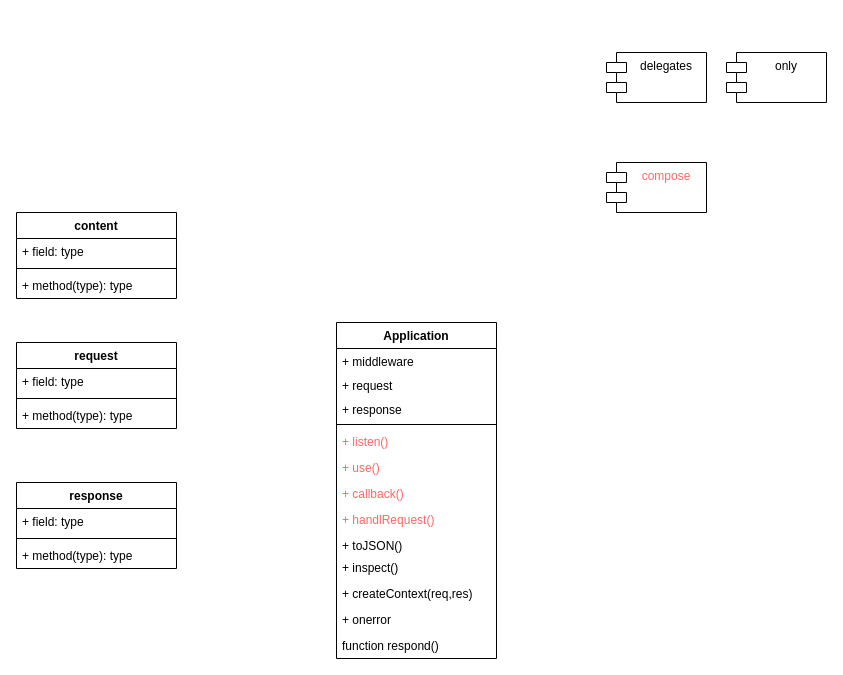
This is koa.drawio from wbbhacker/drawFile, a draw.io file, before an edit. Source tidied: cells renumbered, new cells numbered last; positions are measured from the earlier drawing's top-left corner, leaving out a move shared by most shapes. Both pictures are drawn from the tidied source at 100%, with x=0, y=0 at pixel (16, 52).
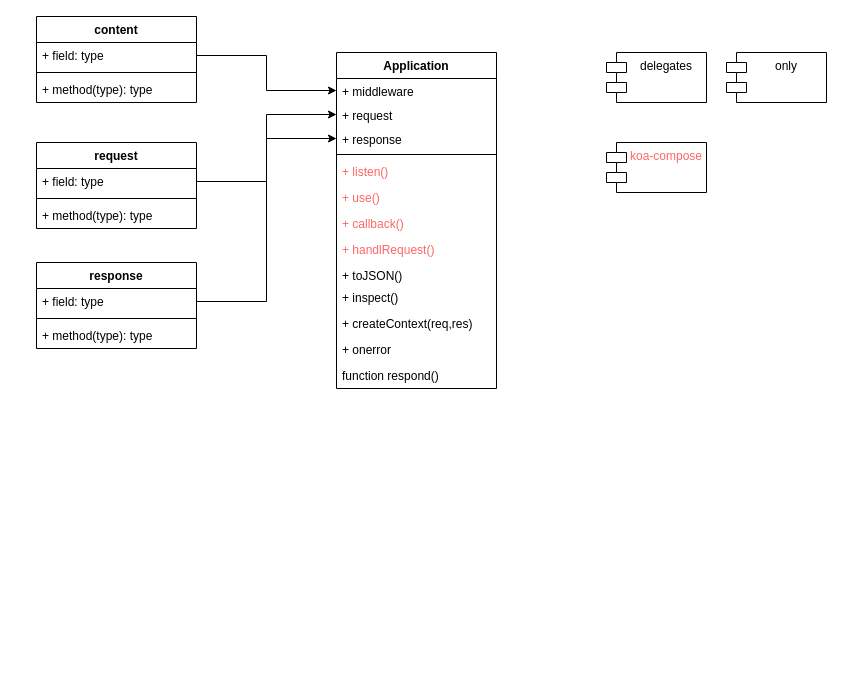
The same diagram, later.

The change refers to these unchanged cells:
```xml
<mxCell id="3" value="+ middleware&#10;" style="text;strokeColor=none;fillColor=none;align=left;verticalAlign=top;spacingLeft=4;spacingRight=4;overflow=hidden;points=[[0,0.5],[1,0.5]];portConstraint=eastwest;" parent="2" vertex="1">
  <mxGeometry y="26" width="160" height="24" as="geometry" />
</mxCell>
<mxCell id="4" value="+ request" style="text;strokeColor=none;fillColor=none;align=left;verticalAlign=top;spacingLeft=4;spacingRight=4;overflow=hidden;points=[[0,0.5],[1,0.5]];portConstraint=eastwest;" parent="2" vertex="1">
  <mxGeometry y="50" width="160" height="24" as="geometry" />
</mxCell>
<mxCell id="5" value="+ response" style="text;strokeColor=none;fillColor=none;align=left;verticalAlign=top;spacingLeft=4;spacingRight=4;overflow=hidden;points=[[0,0.5],[1,0.5]];portConstraint=eastwest;" parent="2" vertex="1">
  <mxGeometry y="74" width="160" height="24" as="geometry" />
</mxCell>
<mxCell id="17" value="+ field: type" style="text;strokeColor=none;fillColor=none;align=left;verticalAlign=top;spacingLeft=4;spacingRight=4;overflow=hidden;points=[[0,0.5],[1,0.5]];portConstraint=eastwest;" parent="16" vertex="1">
  <mxGeometry y="26" width="160" height="26" as="geometry" />
</mxCell>
<mxCell id="21" value="+ field: type" style="text;strokeColor=none;fillColor=none;align=left;verticalAlign=top;spacingLeft=4;spacingRight=4;overflow=hidden;points=[[0,0.5],[1,0.5]];portConstraint=eastwest;" parent="20" vertex="1">
  <mxGeometry y="26" width="160" height="26" as="geometry" />
</mxCell>
<mxCell id="25" value="+ field: type" style="text;strokeColor=none;fillColor=none;align=left;verticalAlign=top;spacingLeft=4;spacingRight=4;overflow=hidden;points=[[0,0.5],[1,0.5]];portConstraint=eastwest;" parent="24" vertex="1">
  <mxGeometry y="26" width="160" height="26" as="geometry" />
</mxCell>
```

What changed in the source:
```diff
@@
     <mxCell id="2" value="Application" style="swimlane;fontStyle=1;align=center;verticalAlign=top;horizontal=1;startSize=26;" parent="1" vertex="1">
-      <mxGeometry x="320" y="270" width="160" height="336" as="geometry" />
+      <mxGeometry x="320" width="160" height="336" as="geometry" />
     </mxCell>
@@
     <mxCell id="16" value="content" style="swimlane;fontStyle=1;align=center;verticalAlign=top;horizontal=1;startSize=26;" parent="1" vertex="1">
-      <mxGeometry y="160" width="160" height="86" as="geometry" />
+      <mxGeometry x="20" y="-36" width="160" height="86" as="geometry" />
     </mxCell>
@@
     <mxCell id="20" value="request" style="swimlane;fontStyle=1;align=center;verticalAlign=top;horizontal=1;startSize=26;" parent="1" vertex="1">
-      <mxGeometry y="290" width="160" height="86" as="geometry" />
+      <mxGeometry x="20" y="90" width="160" height="86" as="geometry" />
     </mxCell>
@@
     <mxCell id="24" value="response" style="swimlane;fontStyle=1;align=center;verticalAlign=top;horizontal=1;startSize=26;" parent="1" vertex="1">
-      <mxGeometry y="430" width="160" height="86" as="geometry" />
+      <mxGeometry x="20" y="210" width="160" height="86" as="geometry" />
     </mxCell>
@@
-    <mxCell id="30" value="compose" style="shape=module;align=left;spacingLeft=20;align=center;verticalAlign=top;fontColor=#FF6666;" parent="1" vertex="1">
-      <mxGeometry x="590" y="110" width="100" height="50" as="geometry" />
+    <mxCell id="30" value="koa-compose" style="shape=module;align=left;spacingLeft=20;align=center;verticalAlign=top;fontColor=#FF6666;" parent="1" vertex="1">
+      <mxGeometry x="590" y="90" width="100" height="50" as="geometry" />
     </mxCell>
+    <mxCell id="31" style="edgeStyle=orthogonalEdgeStyle;rounded=0;jettySize=auto;html=1;exitX=1;exitY=0.5;exitDx=0;exitDy=0;entryX=0;entryY=0.5;entryDx=0;entryDy=0;fontColor=#FF6666;" parent="1" edge="1" source="17" target="3">
+      <mxGeometry relative="1" as="geometry" />
+    </mxCell>
+    <mxCell id="32" style="edgeStyle=orthogonalEdgeStyle;rounded=0;jettySize=auto;html=1;exitX=1;exitY=0.5;exitDx=0;exitDy=0;entryX=0;entryY=0.5;entryDx=0;entryDy=0;fontColor=#FF6666;" parent="1" edge="1" source="21" target="4">
+      <mxGeometry relative="1" as="geometry" />
+    </mxCell>
+    <mxCell id="33" style="edgeStyle=orthogonalEdgeStyle;rounded=0;jettySize=auto;html=1;exitX=1;exitY=0.5;exitDx=0;exitDy=0;entryX=0;entryY=0.5;entryDx=0;entryDy=0;fontColor=#FF6666;" parent="1" edge="1" source="25" target="5">
+      <mxGeometry relative="1" as="geometry" />
+    </mxCell>
```
